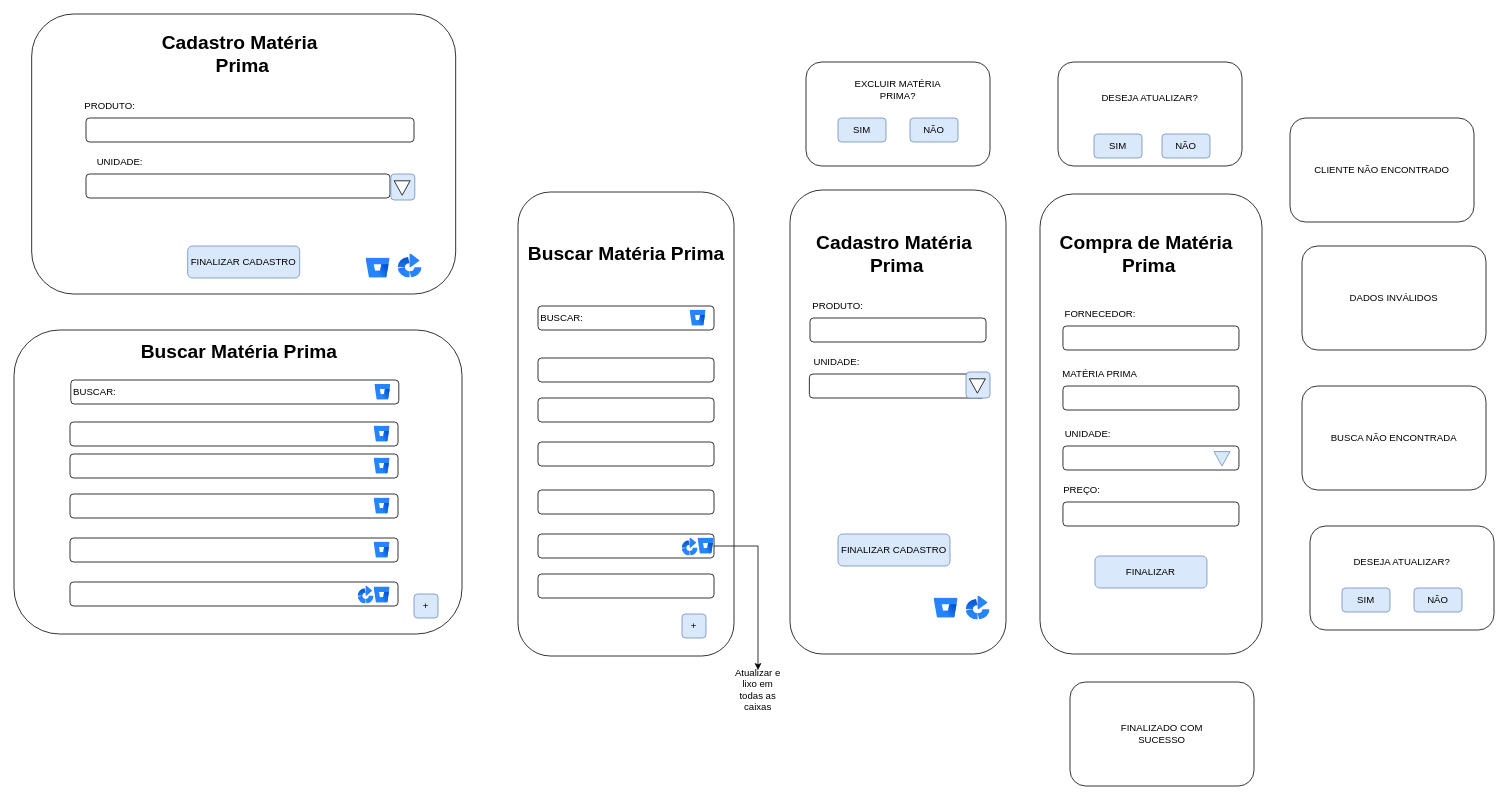
The draw.io diagram page "Página-4" (4 of 10) of DOC/tela.drawio in juliareis14/avatar.app, before the edit. Source tidied: cells renumbered, new cells numbered last; positions are measured from the earlier drawing's top-left corner, leaving out a move shared by most shapes. Both pictures are drawn from the tidied source at 80%, with x=0, y=0 at pixel (14, 14).
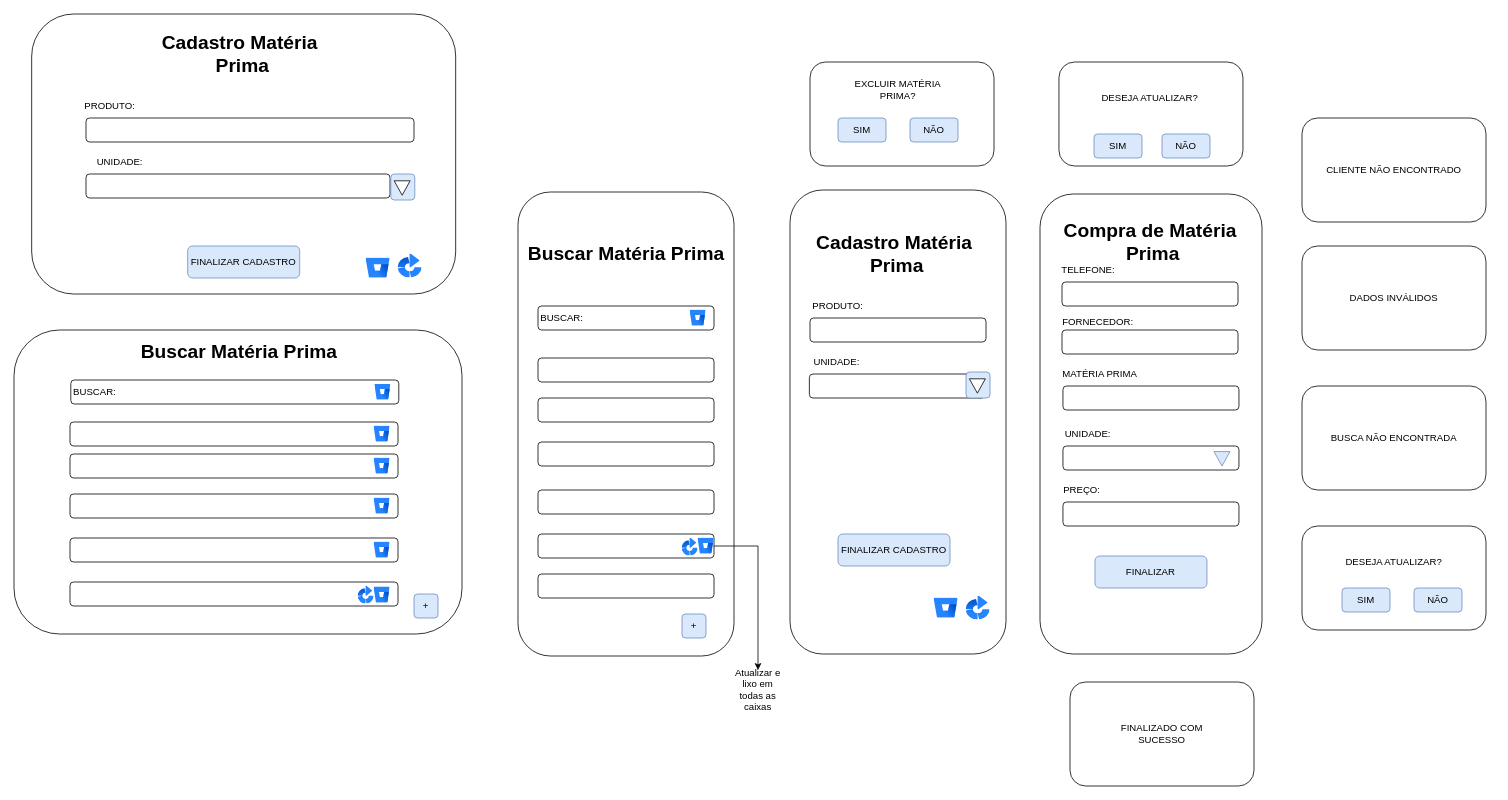
The same diagram, later.

What changed in the source:
```diff
@@
     <mxCell id="18" value="Compra de Matéria&lt;div&gt;&amp;nbsp;Prima&lt;/div&gt;" style="text;strokeColor=none;fillColor=none;html=1;fontSize=24;fontStyle=1;verticalAlign=middle;align=center;" parent="1" vertex="1">
-      <mxGeometry x="1365" y="280" width="100" height="40" as="geometry" />
+      <mxGeometry x="1370" y="265" width="100" height="40" as="geometry" />
     </mxCell>
     <mxCell id="19" style="rounded=1;whiteSpace=wrap;html=1;" parent="1" vertex="1">
-      <mxGeometry x="1311.2" y="390" width="220" height="30" as="geometry" />
+      <mxGeometry x="1310" y="395" width="220" height="30" as="geometry" />
     </mxCell>
@@
     <mxCell id="22" value="FORNECEDOR:" style="text;html=1;align=center;verticalAlign=middle;whiteSpace=wrap;rounded=0;" parent="1" vertex="1">
-      <mxGeometry x="1327.5" y="360" width="60" height="30" as="geometry" />
+      <mxGeometry x="1325" y="370" width="60" height="30" as="geometry" />
     </mxCell>
@@
     <mxCell id="26" style="rounded=1;whiteSpace=wrap;html=1;" parent="1" vertex="1">
-      <mxGeometry x="990" y="60" width="230" height="130" as="geometry" />
+      <mxGeometry x="995" y="60" width="230" height="130" as="geometry" />
     </mxCell>
@@
     <mxCell id="48" style="rounded=1;whiteSpace=wrap;html=1;" parent="1" vertex="1">
-      <mxGeometry x="1620" y="640" width="230" height="130" as="geometry" />
+      <mxGeometry x="1610" y="640" width="230" height="130" as="geometry" />
     </mxCell>
     <mxCell id="49" value="DESEJA ATUALIZAR?" style="text;html=1;align=center;verticalAlign=middle;whiteSpace=wrap;rounded=0;" parent="1" vertex="1">
-      <mxGeometry x="1670" y="670" width="130" height="30" as="geometry" />
+      <mxGeometry x="1660" y="670" width="130" height="30" as="geometry" />
     </mxCell>
@@
     <mxCell id="52" style="rounded=1;whiteSpace=wrap;html=1;" parent="1" vertex="1">
-      <mxGeometry x="1305" y="60" width="230" height="130" as="geometry" />
+      <mxGeometry x="1306.2" y="60" width="230" height="130" as="geometry" />
     </mxCell>
@@
     <mxCell id="59" value="CLIENTE NÃO ENCONTRADO" style="rounded=1;whiteSpace=wrap;html=1;" parent="1" vertex="1">
-      <mxGeometry x="1595" y="130" width="230" height="130" as="geometry" />
+      <mxGeometry x="1610" y="130" width="230" height="130" as="geometry" />
     </mxCell>
@@
+    <mxCell id="88" style="rounded=1;whiteSpace=wrap;html=1;" parent="1" vertex="1">
+      <mxGeometry x="1310" y="335" width="220" height="30" as="geometry" />
+    </mxCell>
+    <mxCell id="89" value="TELEFONE:" style="text;html=1;align=center;verticalAlign=middle;whiteSpace=wrap;rounded=0;" parent="1" vertex="1">
+      <mxGeometry x="1312.5" y="305" width="60" height="30" as="geometry" />
+    </mxCell>
```
